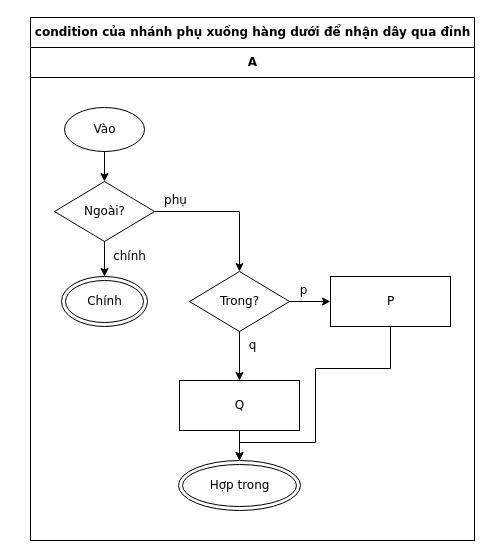
The draw.io diagram conformance/golden/cases/77-condition-entry-side-branch.drawio in luytbq/flowcast, before the edit. Source tidied: cells renumbered, new cells numbered last; positions are measured from the earlier drawing's top-left corner, leaving out a move shared by most shapes. Both pictures are drawn from the tidied source at 100%, with x=0, y=0 at pixel (30, 17).
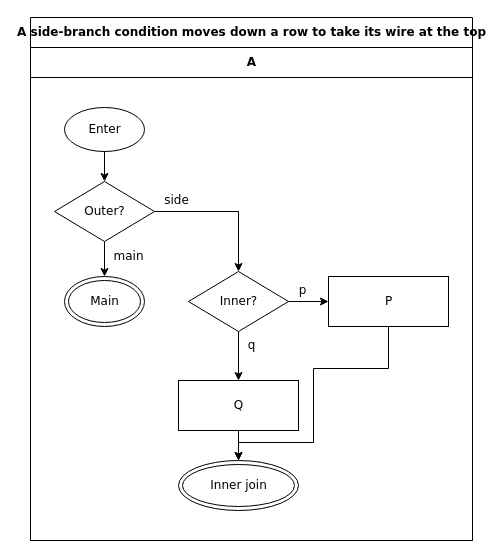
The same page after the edit.

What changed in the source:
```diff
@@
-    <mxCell id="2" value="condition của nhánh phụ xuống hàng dưới để nhận dây qua đỉnh" style="swimlane;html=1;startSize=30;fontStyle=1;fontFamily=Verdana;fontSize=12;flowtable=1;" parent="1" vertex="1">
-      <mxGeometry width="444" height="523" as="geometry" />
+    <mxCell id="2" value="A side-branch condition moves down a row to take its wire at the top" style="swimlane;html=1;startSize=30;fontStyle=1;fontFamily=Verdana;fontSize=12;flowtable=1;" parent="1" vertex="1">
+      <mxGeometry width="442" height="523" as="geometry" />
     </mxCell>
     <mxCell id="3" value="A" style="swimlane;html=1;startSize=30;fontFamily=Verdana;fontSize=12;flowtable=1;" parent="2" vertex="1">
-      <mxGeometry y="30" width="444" height="493" as="geometry" />
+      <mxGeometry y="30" width="442" height="493" as="geometry" />
     </mxCell>
-    <mxCell id="4" value="Vào" style="ellipse;html=1;fontFamily=Verdana;fontSize=12;flowtable=1;" parent="3" vertex="1">
+    <mxCell id="4" value="Enter" style="ellipse;html=1;fontFamily=Verdana;fontSize=12;flowtable=1;" parent="3" vertex="1">
       <mxGeometry x="34" y="60" width="80" height="44" as="geometry" />
     </mxCell>
-    <mxCell id="5" value="Ngoài?" style="rhombus;html=1;fontFamily=Verdana;fontSize=12;flowtable=1;" parent="3" vertex="1">
+    <mxCell id="5" value="Outer?" style="rhombus;html=1;fontFamily=Verdana;fontSize=12;flowtable=1;" parent="3" vertex="1">
       <mxGeometry x="24" y="134" width="100" height="60" as="geometry" />
     </mxCell>
-    <mxCell id="6" value="Trong?" style="rhombus;html=1;fontFamily=Verdana;fontSize=12;flowtable=1;" parent="3" vertex="1">
-      <mxGeometry x="159" y="224" width="100" height="60" as="geometry" />
+    <mxCell id="6" value="Inner?" style="rhombus;html=1;fontFamily=Verdana;fontSize=12;flowtable=1;" parent="3" vertex="1">
+      <mxGeometry x="158" y="224" width="100" height="60" as="geometry" />
     </mxCell>
     <mxCell id="7" value="P" style="rounded=0;html=1;fontFamily=Verdana;fontSize=12;flowtable=1;" parent="3" vertex="1">
-      <mxGeometry x="300" y="229" width="120" height="50" as="geometry" />
+      <mxGeometry x="298" y="229" width="120" height="50" as="geometry" />
     </mxCell>
     <mxCell id="8" value="Q" style="rounded=0;html=1;fontFamily=Verdana;fontSize=12;flowtable=1;" parent="3" vertex="1">
-      <mxGeometry x="149" y="333" width="120" height="50" as="geometry" />
+      <mxGeometry x="148" y="333" width="120" height="50" as="geometry" />
     </mxCell>
-    <mxCell id="9" value="Hợp trong" style="shape=doubleEllipse;html=1;fontFamily=Verdana;fontSize=12;flowtable=1;" parent="3" vertex="1">
-      <mxGeometry x="148" y="413" width="122" height="50" as="geometry" />
+    <mxCell id="9" value="Inner join" style="shape=doubleEllipse;html=1;fontFamily=Verdana;fontSize=12;flowtable=1;" parent="3" vertex="1">
+      <mxGeometry x="148" y="413" width="120" height="50" as="geometry" />
     </mxCell>
-    <mxCell id="10" value="Chính" style="shape=doubleEllipse;html=1;fontFamily=Verdana;fontSize=12;flowtable=1;" parent="3" vertex="1">
-      <mxGeometry x="31" y="229" width="86" height="50" as="geometry" />
+    <mxCell id="10" value="Main" style="shape=doubleEllipse;html=1;fontFamily=Verdana;fontSize=12;flowtable=1;" parent="3" vertex="1">
+      <mxGeometry x="34" y="229" width="80" height="50" as="geometry" />
     </mxCell>
@@
-    <mxCell id="12" value="phụ" style="edgeStyle=orthogonalEdgeStyle;rounded=0;jettySize=auto;html=1;labelBackgroundColor=default;exitX=1;exitY=0.5;exitDx=0;exitDy=0;entryX=0.5;entryY=0;entryDx=0;entryDy=0;fontFamily=Verdana;fontSize=12;flowtable=1;" parent="2" edge="1" source="5" target="6">
-      <mxGeometry x="-0.71" relative="1" as="geometry">
+    <mxCell id="12" value="side" style="edgeStyle=orthogonalEdgeStyle;rounded=0;jettySize=auto;html=1;labelBackgroundColor=default;exitX=1;exitY=0.5;exitDx=0;exitDy=0;entryX=0.5;entryY=0;entryDx=0;entryDy=0;fontFamily=Verdana;fontSize=12;flowtable=1;" parent="2" edge="1" source="5" target="6">
+      <mxGeometry x="-0.69" relative="1" as="geometry">
         <Array as="points">
-          <mxPoint x="209" y="194" />
+          <mxPoint x="208" y="194" />
         </Array>
         <mxPoint y="-11.5" as="offset" />
       </mxGeometry>
     </mxCell>
-    <mxCell id="13" value="chính" style="edgeStyle=orthogonalEdgeStyle;rounded=0;jettySize=auto;html=1;labelBackgroundColor=default;exitX=0.5;exitY=1;exitDx=0;exitDy=0;entryX=0.5;entryY=0;entryDx=0;entryDy=0;fontFamily=Verdana;fontSize=12;flowtable=1;" parent="2" edge="1" source="5" target="10">
+    <mxCell id="13" value="main" style="edgeStyle=orthogonalEdgeStyle;rounded=0;jettySize=auto;html=1;labelBackgroundColor=default;exitX=0.5;exitY=1;exitDx=0;exitDy=0;entryX=0.5;entryY=0;entryDx=0;entryDy=0;fontFamily=Verdana;fontSize=12;flowtable=1;" parent="2" edge="1" source="5" target="10">
       <mxGeometry x="-0.17" relative="1" as="geometry">
-        <mxPoint x="25.2" as="offset" />
+        <mxPoint x="23.9" as="offset" />
       </mxGeometry>
     </mxCell>
     <mxCell id="14" value="p" style="edgeStyle=orthogonalEdgeStyle;rounded=0;jettySize=auto;html=1;labelBackgroundColor=default;exitX=1;exitY=0.5;exitDx=0;exitDy=0;entryX=0;entryY=0.5;entryDx=0;entryDy=0;fontFamily=Verdana;fontSize=12;flowtable=1;" parent="2" edge="1" source="6" target="7">
-      <mxGeometry x="-0.33" relative="1" as="geometry">
+      <mxGeometry x="-0.31" relative="1" as="geometry">
         <mxPoint y="-11.5" as="offset" />
       </mxGeometry>
     </mxCell>
@@
     <mxCell id="16" style="edgeStyle=orthogonalEdgeStyle;rounded=0;jettySize=auto;html=1;labelBackgroundColor=default;exitX=0.5;exitY=1;exitDx=0;exitDy=0;entryX=0.5;entryY=0;entryDx=0;entryDy=0;fontFamily=Verdana;fontSize=12;flowtable=1;" parent="2" edge="1" source="7" target="9">
       <mxGeometry relative="1" as="geometry">
         <Array as="points">
-          <mxPoint x="360" y="351" />
-          <mxPoint x="285" y="351" />
-          <mxPoint x="285" y="425" />
-          <mxPoint x="209" y="425" />
+          <mxPoint x="358" y="351" />
+          <mxPoint x="283" y="351" />
+          <mxPoint x="283" y="425" />
+          <mxPoint x="208" y="425" />
         </Array>
       </mxGeometry>
     </mxCell>
```
